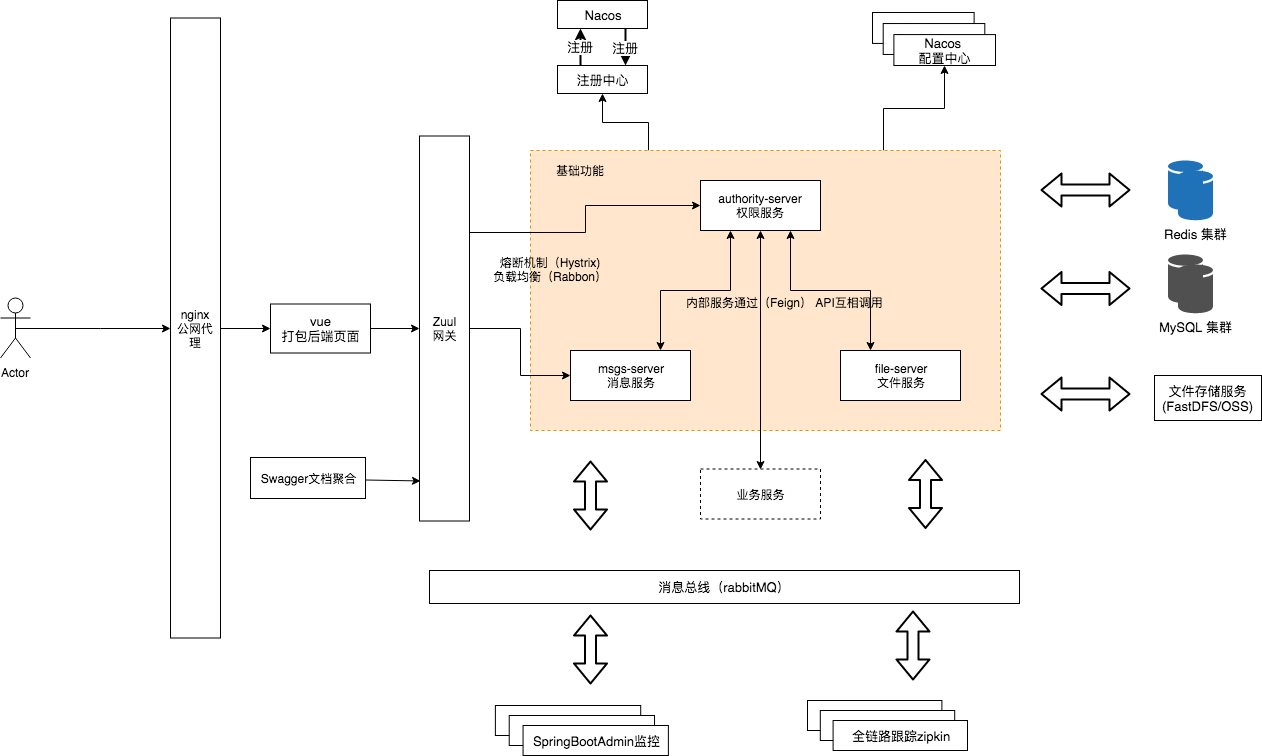
dromara/lamp-cloud keeps this draw.io diagram as docs/image/项目相关/架构图.png. Above is the earlier version. Source tidied: cells renumbered, new cells last; positions are measured from the earlier drawing's top-left corner, leaving out a move shared by most shapes.
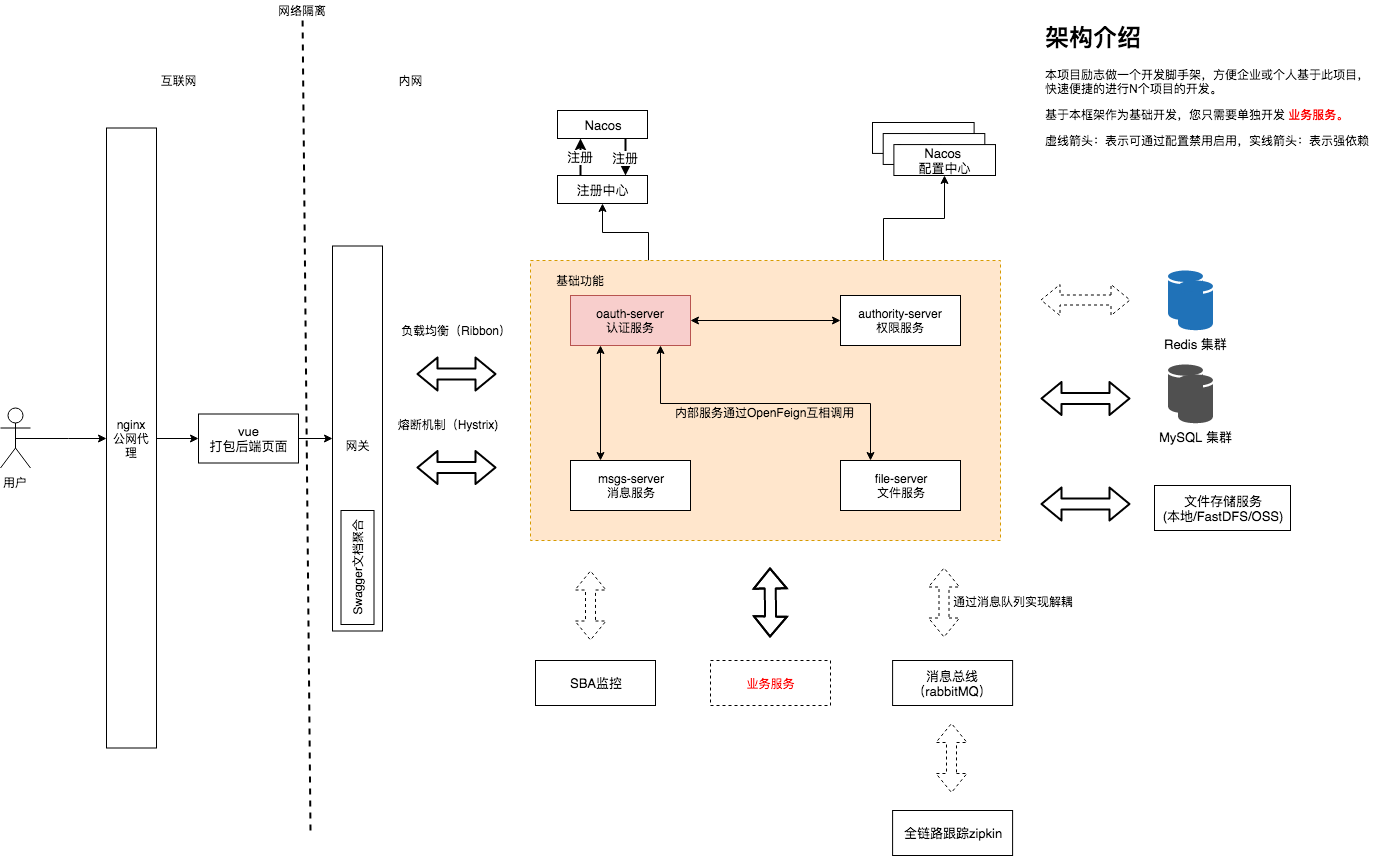
The same file after the commit.

Change to the diagram source:
```diff
@@ -24,21 +24,20 @@
       <mxGeometry x="557" y="65" width="90" height="28" as="geometry" />
     </mxCell>
     <mxCell id="9" value="消息总线（rabbitMQ）" style="rounded=0;whiteSpace=wrap;html=1;fontSize=13;" parent="1" vertex="1">
-      <mxGeometry x="429" y="570" width="590" height="33" as="geometry" />
+      <mxGeometry x="892.1" y="550" width="120" height="45" as="geometry" />
     </mxCell>
-    <mxCell id="10" style="shape=flexArrow;endArrow=classic;startArrow=classic;html=1;fillColor=#ffffff;strokeWidth=2;fontSize=14;" parent="1" edge="1">
+    <mxCell id="10" style="shape=flexArrow;endArrow=classic;startArrow=classic;html=1;fillColor=#ffffff;strokeWidth=1;fontSize=14;dashed=1;" parent="1" edge="1">
       <mxGeometry relative="1" as="geometry">
-        <mxPoint x="925" y="528.5" as="sourcePoint" />
-        <mxPoint x="925" y="458.5" as="targetPoint" />
+        <mxPoint x="943.5" y="527" as="sourcePoint" />
+        <mxPoint x="943.5" y="457" as="targetPoint" />
       </mxGeometry>
     </mxCell>
-    <mxCell id="11" style="shape=flexArrow;endArrow=classic;startArrow=classic;html=1;fillColor=#ffffff;strokeWidth=2;fontSize=14;" parent="1" edge="1">
-      <mxGeometry relative="1" as="geometry">
-        <mxPoint x="590" y="684" as="sourcePoint" />
-        <mxPoint x="590" y="614" as="targetPoint" />
-      </mxGeometry>
-    </mxCell>
+    <mxCell id="60" value="通过消息队列实现解耦" style="text;html=1;align=center;verticalAlign=middle;labelBackgroundColor=#ffffff;" parent="10" vertex="1">
+      <mxGeometry x="-0.06" y="-2" relative="1" as="geometry">
+        <mxPoint x="66.5" y="-4" as="offset" />
+      </mxGeometry>
+    </mxCell>
-    <mxCell id="12" style="shape=flexArrow;endArrow=classic;startArrow=classic;html=1;fillColor=#ffffff;strokeWidth=2;fontSize=14;" parent="1" edge="1">
+    <mxCell id="12" style="shape=flexArrow;endArrow=classic;startArrow=classic;html=1;fillColor=#ffffff;strokeWidth=1;fontSize=14;dashed=1;" parent="1" edge="1">
       <mxGeometry relative="1" as="geometry">
         <mxPoint x="590" y="530" as="sourcePoint" />
         <mxPoint x="590" y="460" as="targetPoint" />
@@ -62,14 +61,8 @@
     <mxCell id="18" value="MySQL 集群" style="shadow=0;dashed=0;html=1;strokeColor=none;fillColor=#505050;labelPosition=center;verticalLabelPosition=bottom;verticalAlign=top;shape=mxgraph.office.databases.database;fontSize=13;" parent="16" vertex="1">
       <mxGeometry x="10" y="10" width="35" height="49" as="geometry" />
     </mxCell>
-    <mxCell id="19" style="edgeStyle=orthogonalEdgeStyle;rounded=0;jettySize=auto;html=1;exitX=1;exitY=0.25;exitDx=0;exitDy=0;startArrow=none;startFill=0;" parent="1" edge="1" source="21" target="29">
-      <mxGeometry relative="1" as="geometry" />
-    </mxCell>
-    <mxCell id="20" style="edgeStyle=orthogonalEdgeStyle;rounded=0;jettySize=auto;html=1;exitX=1;exitY=0.5;exitDx=0;exitDy=0;entryX=0;entryY=0.5;entryDx=0;entryDy=0;startArrow=none;startFill=0;" parent="1" edge="1" source="21" target="31">
-      <mxGeometry relative="1" as="geometry" />
-    </mxCell>
-    <mxCell id="21" value="Zuul&lt;br&gt;网关" style="rounded=0;whiteSpace=wrap;html=1;" parent="1" vertex="1">
-      <mxGeometry x="419" y="135.5" width="50" height="385" as="geometry" />
+    <mxCell id="21" value="&lt;br&gt;网关" style="rounded=0;whiteSpace=wrap;html=1;" parent="1" vertex="1">
+      <mxGeometry x="332" y="135.5" width="50" height="385" as="geometry" />
     </mxCell>
     <mxCell id="22" style="group;" parent="1" vertex="1">
       <mxGeometry x="872" y="12" width="123" height="53" as="geometry" />
@@ -92,10 +85,10 @@
     <mxCell id="28" style="edgeStyle=orthogonalEdgeStyle;rounded=0;html=1;exitX=0.25;exitY=0;entryX=0.25;entryY=0;jettySize=auto;orthogonalLoop=1;strokeWidth=2;fontSize=13;" parent="23" edge="1" source="26" target="26">
       <mxGeometry relative="1" as="geometry" />
     </mxCell>
-    <mxCell id="29" value="authority-server&lt;br&gt;权限服务" style="rounded=0;whiteSpace=wrap;html=1;" parent="1" vertex="1">
-      <mxGeometry x="700" y="180" width="120" height="50" as="geometry" />
+    <mxCell id="29" value="oauth-server&lt;br&gt;认证服务" style="rounded=0;whiteSpace=wrap;html=1;fillColor=#f8cecc;strokeColor=#b85450;" parent="1" vertex="1">
+      <mxGeometry x="570" y="185" width="120" height="50" as="geometry" />
     </mxCell>
-    <mxCell id="30" style="edgeStyle=orthogonalEdgeStyle;rounded=0;jettySize=auto;html=1;exitX=0.75;exitY=0;exitDx=0;exitDy=0;entryX=0.25;entryY=1;entryDx=0;entryDy=0;startArrow=classic;startFill=1;" parent="1" edge="1" source="31" target="29">
+    <mxCell id="30" style="edgeStyle=orthogonalEdgeStyle;rounded=0;jettySize=auto;html=1;exitX=0.25;exitY=0;exitDx=0;exitDy=0;entryX=0.25;entryY=1;entryDx=0;entryDy=0;startArrow=classic;startFill=1;" parent="1" edge="1" source="31" target="29">
       <mxGeometry relative="1" as="geometry" />
     </mxCell>
     <mxCell id="31" value="msgs-server&lt;br&gt;消息服务" style="rounded=0;whiteSpace=wrap;html=1;" parent="1" vertex="1">
@@ -107,19 +100,16 @@
     <mxCell id="33" value="file-server&lt;br&gt;文件服务" style="rounded=0;whiteSpace=wrap;html=1;" parent="1" vertex="1">
       <mxGeometry x="840" y="350" width="120" height="50" as="geometry" />
     </mxCell>
-    <mxCell id="34" value="内部服务通过（Feign） API互相调用" style="text;html=1;align=left;verticalAlign=top;spacingTop=-4;" parent="1" vertex="1">
-      <mxGeometry x="683.5" y="293" width="210" height="20" as="geometry" />
+    <mxCell id="34" value="内部服务通过OpenFeign互相调用" style="text;html=1;align=left;verticalAlign=top;spacingTop=-4;" parent="1" vertex="1">
+      <mxGeometry x="672.5" y="293" width="190" height="20" as="geometry" />
     </mxCell>
-    <mxCell id="35" style="edgeStyle=orthogonalEdgeStyle;rounded=0;jettySize=auto;html=1;exitX=0.5;exitY=0;exitDx=0;exitDy=0;entryX=0.5;entryY=1;entryDx=0;entryDy=0;startArrow=classic;startFill=1;" parent="1" edge="1" source="36" target="29">
-      <mxGeometry relative="1" as="geometry" />
-    </mxCell>
-    <mxCell id="36" value="业务服务" style="rounded=0;whiteSpace=wrap;html=1;dashed=1;" parent="1" vertex="1">
-      <mxGeometry x="700" y="468.5" width="120" height="50" as="geometry" />
+    <mxCell id="36" value="&lt;font color=&quot;#ff0000&quot;&gt;业务服务&lt;/font&gt;" style="rounded=0;whiteSpace=wrap;html=1;dashed=1;" parent="1" vertex="1">
+      <mxGeometry x="710" y="550" width="120" height="45" as="geometry" />
     </mxCell>
     <mxCell id="37" value="基础功能" style="text;html=1;align=center;verticalAlign=middle;fillColor=none;strokeColor=none;rounded=0;" parent="1" vertex="1">
       <mxGeometry x="550" y="160" width="60" height="20" as="geometry" />
     </mxCell>
-    <mxCell id="38" style="shape=flexArrow;endArrow=classic;startArrow=classic;html=1;fillColor=#ffffff;strokeWidth=2;fontSize=14;" parent="1" edge="1">
+    <mxCell id="38" style="shape=flexArrow;endArrow=classic;startArrow=classic;html=1;fillColor=#ffffff;strokeWidth=1;fontSize=14;dashed=1;" parent="1" edge="1">
       <mxGeometry relative="1" as="geometry">
         <mxPoint x="1130" y="189.5" as="sourcePoint" />
         <mxPoint x="1040" y="189.5" as="targetPoint" />
@@ -137,67 +127,91 @@
         <mxPoint x="1040" y="393.5" as="targetPoint" />
       </mxGeometry>
     </mxCell>
-    <mxCell id="41" value="文件存储服务(FastDFS/OSS)" style="rounded=0;whiteSpace=wrap;html=1;fontSize=13;" parent="1" vertex="1">
-      <mxGeometry x="1154" y="375" width="107" height="45" as="geometry" />
+    <mxCell id="41" value="文件存储服务&lt;br&gt;(本地/FastDFS/OSS)" style="rounded=0;whiteSpace=wrap;html=1;fontSize=13;" parent="1" vertex="1">
+      <mxGeometry x="1154" y="375" width="136" height="45" as="geometry" />
     </mxCell>
     <mxCell id="42" style="edgeStyle=orthogonalEdgeStyle;rounded=0;jettySize=auto;html=1;exitX=1;exitY=0.5;exitDx=0;exitDy=0;startArrow=none;startFill=0;" parent="1" edge="1" source="43" target="21">
       <mxGeometry relative="1" as="geometry" />
     </mxCell>
     <mxCell id="43" value="vue&lt;br&gt;打包后端页面" style="rounded=0;whiteSpace=wrap;html=1;fontSize=13;" parent="1" vertex="1">
-      <mxGeometry x="270" y="303.5" width="100" height="49" as="geometry" />
+      <mxGeometry x="198" y="303.5" width="100" height="49" as="geometry" />
     </mxCell>
     <mxCell id="44" style="edgeStyle=orthogonalEdgeStyle;rounded=0;jettySize=auto;html=1;exitX=1;exitY=0.5;exitDx=0;exitDy=0;entryX=0;entryY=0.5;entryDx=0;entryDy=0;startArrow=none;startFill=0;" parent="1" edge="1" source="45" target="43">
       <mxGeometry relative="1" as="geometry" />
     </mxCell>
     <mxCell id="45" value="nginx&lt;br&gt;公网代理" style="rounded=0;html=1;whiteSpace=wrap;verticalAlign=middle;" parent="1" vertex="1">
-      <mxGeometry x="170" y="17.5" width="50" height="620" as="geometry" />
+      <mxGeometry x="106" y="17.5" width="50" height="620" as="geometry" />
     </mxCell>
     <mxCell id="46" style="edgeStyle=orthogonalEdgeStyle;rounded=0;jettySize=auto;html=1;exitX=0.5;exitY=0.5;exitDx=0;exitDy=0;exitPerimeter=0;startArrow=none;startFill=0;" parent="1" edge="1" source="47" target="45">
       <mxGeometry relative="1" as="geometry" />
     </mxCell>
-    <mxCell id="47" value="Actor" style="shape=umlActor;verticalLabelPosition=bottom;labelBackgroundColor=#ffffff;verticalAlign=top;html=1;outlineConnect=0;" parent="1" vertex="1">
+    <mxCell id="47" value="用户" style="shape=umlActor;verticalLabelPosition=bottom;labelBackgroundColor=#ffffff;verticalAlign=top;html=1;outlineConnect=0;" parent="1" vertex="1">
       <mxGeometry y="297.5" width="30" height="60" as="geometry" />
     </mxCell>
-    <mxCell id="48" style="group;fontSize=13;" parent="1" vertex="1">
-      <mxGeometry x="493.5" y="695" width="173" height="50" as="geometry" />
-    </mxCell>
-    <mxCell id="49" value="Auth&amp;nbsp;&lt;span&gt;Server&lt;/span&gt;" style="rounded=0;whiteSpace=wrap;html=1;fontSize=13;" parent="48" vertex="1">
-      <mxGeometry x="1.4" y="10" width="145.3" height="30" as="geometry" />
-    </mxCell>
-    <mxCell id="50" value="SBA" style="rounded=0;whiteSpace=wrap;html=1;fontSize=13;" parent="48" vertex="1">
-      <mxGeometry x="15.2" y="20" width="145.3" height="30" as="geometry" />
-    </mxCell>
+    <mxCell id="56" style="shape=flexArrow;endArrow=classic;startArrow=classic;html=1;fillColor=#ffffff;strokeWidth=1;fontSize=14;dashed=1;" parent="1" edge="1">
+      <mxGeometry relative="1" as="geometry">
+        <mxPoint x="951" y="682.5" as="sourcePoint" />
+        <mxPoint x="951" y="612.5" as="targetPoint" />
+      </mxGeometry>
+    </mxCell>
+    <mxCell id="59" value="负载均衡（Ribbon）" style="text;html=1;align=center;verticalAlign=middle;fillColor=none;strokeColor=none;rounded=0;" parent="1" vertex="1">
+      <mxGeometry x="391" y="210" width="130" height="20" as="geometry" />
+    </mxCell>
+    <mxCell id="57" value="Swagger文档聚合" style="rounded=0;whiteSpace=wrap;html=1;labelPosition=center;verticalLabelPosition=middle;align=center;verticalAlign=middle;horizontal=0;" parent="1" vertex="1">
+      <mxGeometry x="340.5" y="400" width="33" height="114" as="geometry" />
+    </mxCell>
+    <mxCell id="61" style="edgeStyle=orthogonalEdgeStyle;rounded=0;jettySize=auto;html=1;exitX=0;exitY=0.5;exitDx=0;exitDy=0;entryX=1;entryY=0.5;entryDx=0;entryDy=0;startArrow=classic;startFill=1;" parent="1" edge="1" source="62" target="29">
+      <mxGeometry relative="1" as="geometry" />
+    </mxCell>
+    <mxCell id="62" value="authority-server&lt;br&gt;权限服务" style="rounded=0;whiteSpace=wrap;html=1;" parent="1" vertex="1">
+      <mxGeometry x="840" y="185" width="120" height="50" as="geometry" />
+    </mxCell>
+    <mxCell id="63" style="shape=flexArrow;endArrow=classic;startArrow=classic;html=1;fillColor=#ffffff;strokeWidth=2;fontSize=14;" parent="1" edge="1">
+      <mxGeometry relative="1" as="geometry">
+        <mxPoint x="769.5" y="527" as="sourcePoint" />
+        <mxPoint x="769.5" y="457" as="targetPoint" />
+        <Array as="points">
+          <mxPoint x="770" y="500" />
+        </Array>
+      </mxGeometry>
+    </mxCell>
-    <mxCell id="51" value="SpringBootAdmin监控" style="rounded=0;whiteSpace=wrap;html=1;fontSize=13;" parent="48" vertex="1">
-      <mxGeometry x="29.1" y="30" width="145.3" height="30" as="geometry" />
+    <mxCell id="51" value="SBA监控" style="rounded=0;whiteSpace=wrap;html=1;fontSize=13;" parent="1" vertex="1">
+      <mxGeometry x="535" y="550" width="120" height="45" as="geometry" />
     </mxCell>
-    <mxCell id="52" style="group;fontSize=13;" parent="1" vertex="1">
-      <mxGeometry x="807" y="700" width="160" height="50" as="geometry" />
-    </mxCell>
-    <mxCell id="53" value="zipkin" style="rounded=0;whiteSpace=wrap;html=1;fontSize=13;" parent="52" vertex="1">
-      <mxGeometry width="134.4" height="30" as="geometry" />
-    </mxCell>
-    <mxCell id="54" value="zipkin" style="rounded=0;whiteSpace=wrap;html=1;fontSize=13;" parent="52" vertex="1">
-      <mxGeometry x="12.8" y="10" width="134.4" height="30" as="geometry" />
-    </mxCell>
-    <mxCell id="55" value="全链路跟踪zipkin" style="rounded=0;whiteSpace=wrap;html=1;fontSize=13;" parent="52" vertex="1">
-      <mxGeometry x="25.6" y="20" width="134.4" height="30" as="geometry" />
+    <mxCell id="55" value="全链路跟踪zipkin" style="rounded=0;whiteSpace=wrap;html=1;fontSize=13;" parent="1" vertex="1">
+      <mxGeometry x="892.1" y="700" width="120" height="45" as="geometry" />
     </mxCell>
-    <mxCell id="56" style="shape=flexArrow;endArrow=classic;startArrow=classic;html=1;fillColor=#ffffff;strokeWidth=2;fontSize=14;" parent="1" edge="1">
-      <mxGeometry relative="1" as="geometry">
-        <mxPoint x="912.5" y="680" as="sourcePoint" />
-        <mxPoint x="912.5" y="610" as="targetPoint" />
-      </mxGeometry>
-    </mxCell>
-    <mxCell id="57" value="Swagger文档聚合" style="rounded=0;whiteSpace=wrap;html=1;" parent="1" vertex="1">
-      <mxGeometry x="250" y="457" width="115" height="41" as="geometry" />
-    </mxCell>
-    <mxCell id="58" style="endArrow=classic;html=1;entryX=0.02;entryY=0.896;entryDx=0;entryDy=0;entryPerimeter=0;exitX=1;exitY=0.5;exitDx=0;exitDy=0;" parent="1" edge="1" target="21">
-      <mxGeometry relative="1" as="geometry">
-        <mxPoint x="365" y="479.5" as="sourcePoint" />
-      </mxGeometry>
-    </mxCell>
-    <mxCell id="59" value="熔断机制（Hystrix)&lt;br&gt;负载均衡（Rabbon）" style="text;html=1;align=center;verticalAlign=middle;fillColor=none;strokeColor=none;rounded=0;" parent="1" vertex="1">
-      <mxGeometry x="485" y="254" width="130" height="30" as="geometry" />
-    </mxCell>
+    <mxCell id="64" style="endArrow=none;dashed=1;html=1;strokeWidth=2;" parent="1" edge="1" target="65">
+      <mxGeometry relative="1" as="geometry">
+        <mxPoint x="310" y="720" as="sourcePoint" />
+      </mxGeometry>
+    </mxCell>
+    <mxCell id="65" value="网络隔离" style="text;html=1;strokeColor=none;fillColor=none;align=center;verticalAlign=middle;whiteSpace=wrap;rounded=0;" parent="1" vertex="1">
+      <mxGeometry x="277" y="-110" width="50" height="20" as="geometry" />
+    </mxCell>
+    <mxCell id="66" value="互联网" style="text;html=1;strokeColor=none;fillColor=none;align=center;verticalAlign=middle;whiteSpace=wrap;rounded=0;" parent="1" vertex="1">
+      <mxGeometry x="158" y="-40" width="40" height="20" as="geometry" />
+    </mxCell>
+    <mxCell id="67" value="内网" style="text;html=1;strokeColor=none;fillColor=none;align=center;verticalAlign=middle;whiteSpace=wrap;rounded=0;" parent="1" vertex="1">
+      <mxGeometry x="390" y="-40" width="40" height="20" as="geometry" />
+    </mxCell>
+    <mxCell id="68" value="&lt;h1&gt;架构介绍&lt;/h1&gt;&lt;p&gt;本项目励志做一个开发脚手架，方便企业或个人基于此项目，快速便捷的进行N个项目的开发。&lt;/p&gt;&lt;p&gt;基于本框架作为基础开发，您只需要单独开发&amp;nbsp;&lt;b&gt;&lt;font color=&quot;#ff0000&quot;&gt;业务服务。&lt;/font&gt;&lt;/b&gt;&lt;/p&gt;&lt;p&gt;虚线箭头：表示可通过配置禁用启用，实线箭头：表示强依赖&lt;/p&gt;&lt;p&gt;&lt;b&gt;&lt;font color=&quot;#ff0000&quot;&gt;&lt;br&gt;&lt;/font&gt;&lt;/b&gt;&lt;/p&gt;" style="text;html=1;strokeColor=none;fillColor=none;spacing=5;spacingTop=-20;whiteSpace=wrap;overflow=hidden;rounded=0;" parent="1" vertex="1">
+      <mxGeometry x="1040" y="-92" width="340" height="153" as="geometry" />
+    </mxCell>
+    <mxCell id="69" style="shape=flexArrow;endArrow=classic;startArrow=classic;html=1;fillColor=#ffffff;strokeWidth=2;fontSize=14;" parent="1" edge="1">
+      <mxGeometry relative="1" as="geometry">
+        <mxPoint x="416" y="357" as="sourcePoint" />
+        <mxPoint x="496" y="357" as="targetPoint" />
+      </mxGeometry>
+    </mxCell>
+    <mxCell id="70" style="shape=flexArrow;endArrow=classic;startArrow=classic;html=1;fillColor=#ffffff;strokeWidth=2;fontSize=14;" parent="1" edge="1">
+      <mxGeometry relative="1" as="geometry">
+        <mxPoint x="416" y="263.5" as="sourcePoint" />
+        <mxPoint x="496" y="263.5" as="targetPoint" />
+      </mxGeometry>
+    </mxCell>
+    <mxCell id="71" value="&lt;span style=&quot;white-space: nowrap&quot;&gt;熔断机制（Hystrix)&lt;/span&gt;" style="text;html=1;strokeColor=none;fillColor=none;align=center;verticalAlign=middle;whiteSpace=wrap;rounded=0;" parent="1" vertex="1">
+      <mxGeometry x="427" y="303.5" width="40" height="20" as="geometry" />
+    </mxCell>
   </root>
 </mxGraphModel>
```
